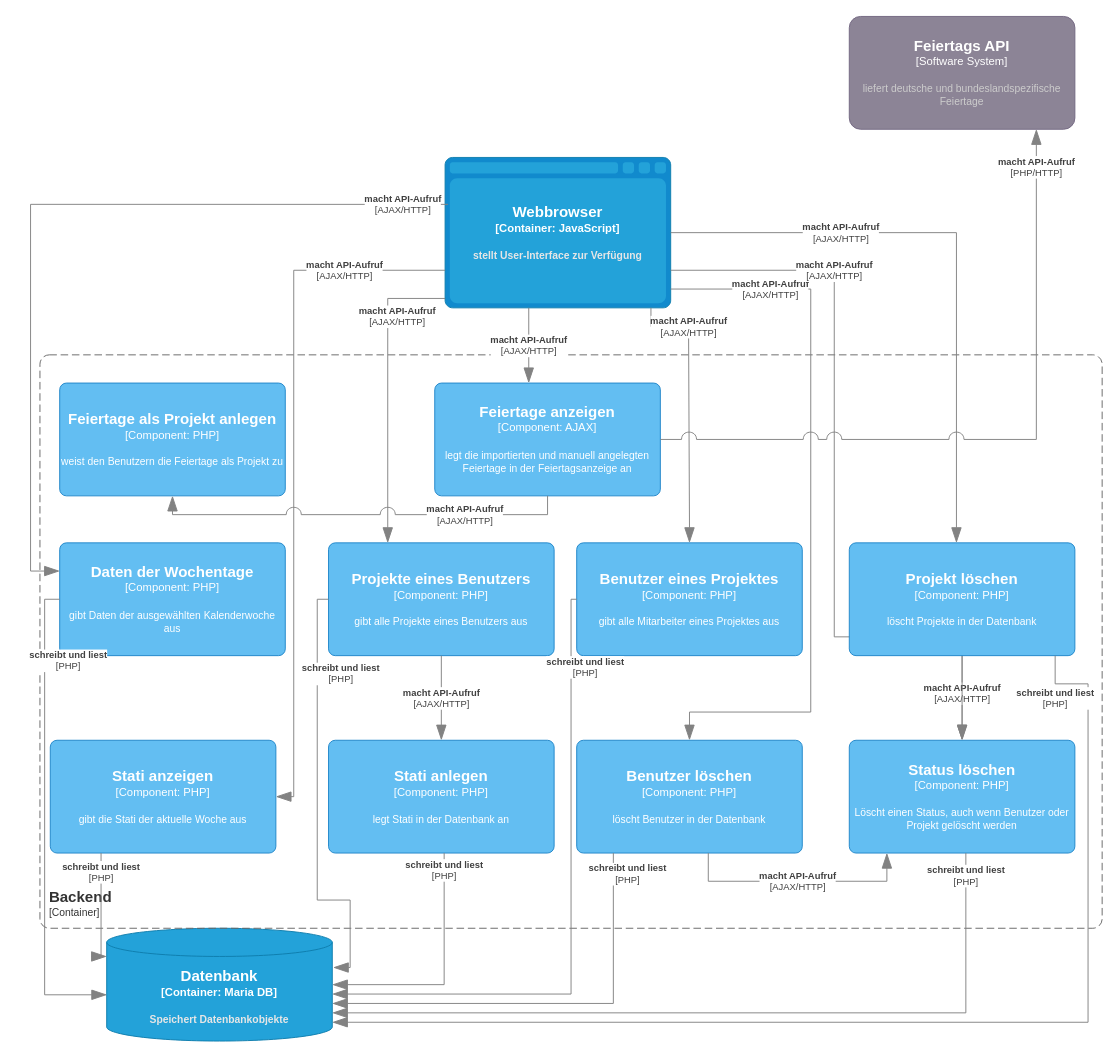
Before: docs/architecture/images/c4 3 schicht.drawio in PowerOfCreation/E1Ressourcenverwaltung, a draw.io diagram. Source tidied: cells renumbered, new cells numbered last; positions are measured from the earlier drawing's top-left corner, leaving out a move shared by most shapes. Both pictures are drawn from the tidied source at 94%, with x=0, y=0 at pixel (30, 16).
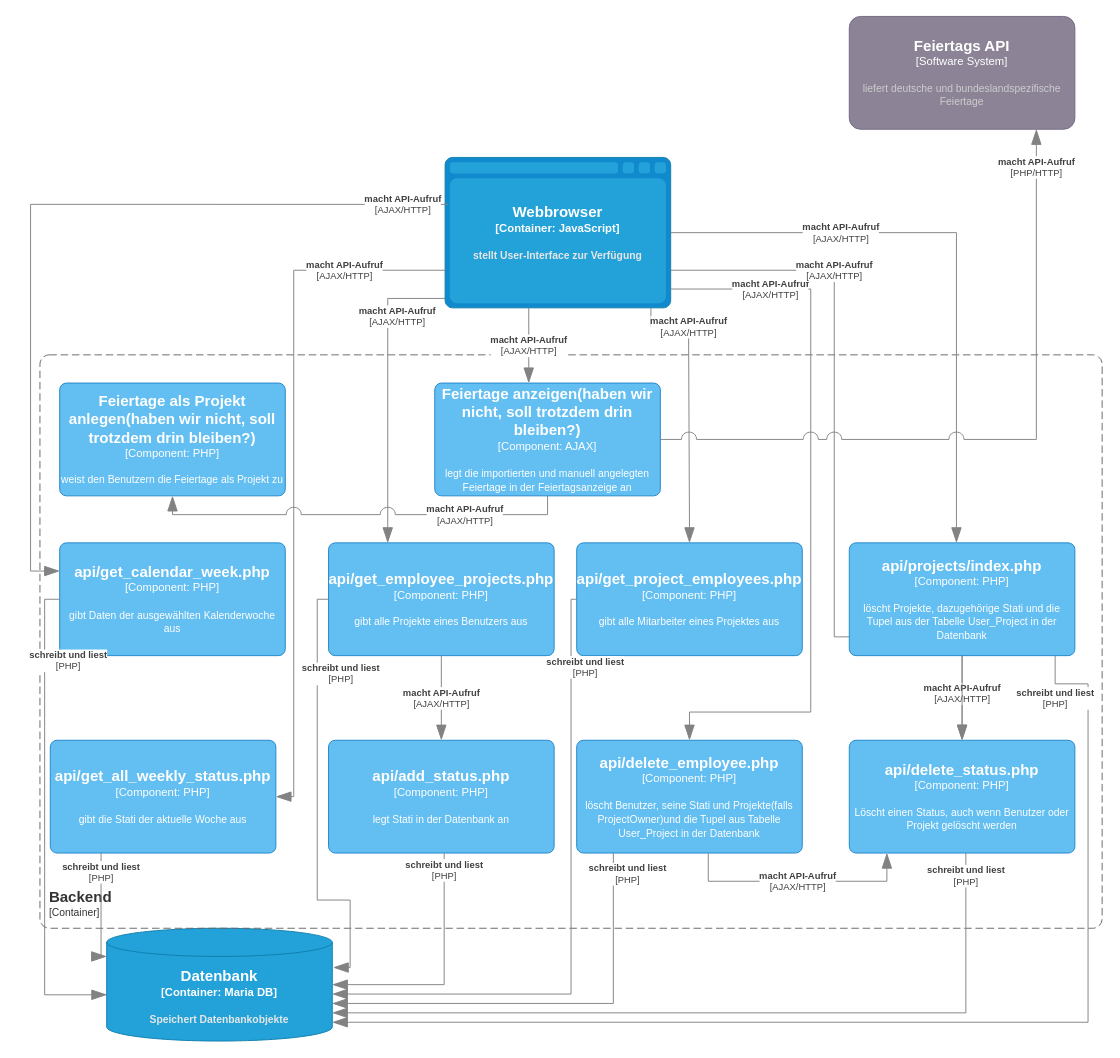
After the change.

Commit message (it also covers changes not shown here):
Anpassung c4 +  Sequenzdiagramm

The edit, as a diff of the source:
```diff
@@
-    <object id="7" label="&lt;font style=&quot;font-size: 16px&quot;&gt;&lt;b&gt;%c4Name%&lt;/b&gt;&lt;/font&gt;&lt;div&gt;[%c4Type%: %c4Technology%]&lt;/div&gt;&lt;br&gt;&lt;div&gt;&lt;font style=&quot;font-size: 11px&quot;&gt;%c4Description%&lt;/font&gt;&lt;/div&gt;" c4Description="gibt alle Projekte eines Benutzers aus" c4Name="Projekte eines Benutzers" c4Technology="PHP" c4Type="Component" placeholders="1">
+    <object id="7" label="&lt;font style=&quot;font-size: 16px&quot;&gt;&lt;b&gt;%c4Name%&lt;/b&gt;&lt;/font&gt;&lt;div&gt;[%c4Type%: %c4Technology%]&lt;/div&gt;&lt;br&gt;&lt;div&gt;&lt;font style=&quot;font-size: 11px&quot;&gt;%c4Description%&lt;/font&gt;&lt;/div&gt;" c4Description="gibt alle Projekte eines Benutzers aus" c4Name="api/get_employee_projects.php&#10;" c4Technology="PHP" c4Type="Component" placeholders="1">
       <mxCell style="rounded=1;whiteSpace=wrap;html=1;labelBackgroundColor=none;fillColor=#63BEF2;fontColor=#ffffff;align=center;arcSize=6;strokeColor=#2086C9;points=[[0.25,0,0],[0.5,0,0],[0.75,0,0],[1,0.25,0],[1,0.5,0],[1,0.75,0],[0.75,1,0],[0.5,1,0],[0.25,1,0],[0,0.75,0],[0,0.5,0],[0,0.25,0]];" parent="1" vertex="1">
         <mxGeometry x="317" y="560" width="240" height="120" as="geometry" />
       </mxCell>
     </object>
-    <object id="8" label="&lt;font style=&quot;font-size: 16px&quot;&gt;&lt;b&gt;%c4Name%&lt;/b&gt;&lt;/font&gt;&lt;div&gt;[%c4Type%: %c4Technology%]&lt;/div&gt;&lt;br&gt;&lt;div&gt;&lt;font style=&quot;font-size: 11px&quot;&gt;%c4Description%&lt;/font&gt;&lt;/div&gt;" c4Description="gibt Daten der ausgewählten Kalenderwoche aus " c4Name="Daten der Wochentage" c4Technology="PHP" c4Type="Component" placeholders="1">
+    <object id="8" label="&lt;font style=&quot;font-size: 16px&quot;&gt;&lt;b&gt;%c4Name%&lt;/b&gt;&lt;/font&gt;&lt;div&gt;[%c4Type%: %c4Technology%]&lt;/div&gt;&lt;br&gt;&lt;div&gt;&lt;font style=&quot;font-size: 11px&quot;&gt;%c4Description%&lt;/font&gt;&lt;/div&gt;" c4Description="gibt Daten der ausgewählten Kalenderwoche aus " c4Name="api/get_calendar_week.php" c4Technology="PHP" c4Type="Component" placeholders="1">
       <mxCell style="rounded=1;whiteSpace=wrap;html=1;labelBackgroundColor=none;fillColor=#63BEF2;fontColor=#ffffff;align=center;arcSize=6;strokeColor=#2086C9;points=[[0.25,0,0],[0.5,0,0],[0.75,0,0],[1,0.25,0],[1,0.5,0],[1,0.75,0],[0.75,1,0],[0.5,1,0],[0.25,1,0],[0,0.75,0],[0,0.5,0],[0,0.25,0]];" parent="1" vertex="1">
         <mxGeometry x="31" y="560" width="240" height="120" as="geometry" />
       </mxCell>
     </object>
-    <object id="9" label="&lt;font style=&quot;font-size: 16px&quot;&gt;&lt;b&gt;%c4Name%&lt;/b&gt;&lt;/font&gt;&lt;div&gt;[%c4Type%: %c4Technology%]&lt;/div&gt;&lt;br&gt;&lt;div&gt;&lt;font style=&quot;font-size: 11px&quot;&gt;%c4Description%&lt;/font&gt;&lt;/div&gt;" c4Description="gibt die Stati der aktuelle Woche aus" c4Name="Stati anzeigen" c4Technology="PHP" c4Type="Component" placeholders="1">
+    <object id="9" label="&lt;font style=&quot;font-size: 16px&quot;&gt;&lt;b&gt;%c4Name%&lt;/b&gt;&lt;/font&gt;&lt;div&gt;[%c4Type%: %c4Technology%]&lt;/div&gt;&lt;br&gt;&lt;div&gt;&lt;font style=&quot;font-size: 11px&quot;&gt;%c4Description%&lt;/font&gt;&lt;/div&gt;" c4Description="gibt die Stati der aktuelle Woche aus" c4Name="api/get_all_weekly_status.php&#10;" c4Technology="PHP" c4Type="Component" placeholders="1">
       <mxCell style="rounded=1;whiteSpace=wrap;html=1;labelBackgroundColor=none;fillColor=#63BEF2;fontColor=#ffffff;align=center;arcSize=6;strokeColor=#2086C9;points=[[0.25,0,0],[0.5,0,0],[0.75,0,0],[1,0.25,0],[1,0.5,0],[1,0.75,0],[0.75,1,0],[0.5,1,0],[0.25,1,0],[0,0.75,0],[0,0.5,0],[0,0.25,0]];" parent="1" vertex="1">
         <mxGeometry x="21" y="770" width="240" height="120" as="geometry" />
       </mxCell>
     </object>
-    <object id="10" label="&lt;font style=&quot;font-size: 16px&quot;&gt;&lt;b&gt;%c4Name%&lt;/b&gt;&lt;/font&gt;&lt;div&gt;[%c4Type%: %c4Technology%]&lt;/div&gt;&lt;br&gt;&lt;div&gt;&lt;font style=&quot;font-size: 11px&quot;&gt;%c4Description%&lt;/font&gt;&lt;/div&gt;" c4Description="legt Stati in der Datenbank an" c4Name="Stati anlegen" c4Technology="PHP" c4Type="Component" placeholders="1">
+    <object id="10" label="&lt;font style=&quot;font-size: 16px&quot;&gt;&lt;b&gt;%c4Name%&lt;/b&gt;&lt;/font&gt;&lt;div&gt;[%c4Type%: %c4Technology%]&lt;/div&gt;&lt;br&gt;&lt;div&gt;&lt;font style=&quot;font-size: 11px&quot;&gt;%c4Description%&lt;/font&gt;&lt;/div&gt;" c4Description="legt Stati in der Datenbank an" c4Name="api/add_status.php" c4Technology="PHP" c4Type="Component" placeholders="1">
       <mxCell style="rounded=1;whiteSpace=wrap;html=1;labelBackgroundColor=none;fillColor=#63BEF2;fontColor=#ffffff;align=center;arcSize=6;strokeColor=#2086C9;points=[[0.25,0,0],[0.5,0,0],[0.75,0,0],[1,0.25,0],[1,0.5,0],[1,0.75,0],[0.75,1,0],[0.5,1,0],[0.25,1,0],[0,0.75,0],[0,0.5,0],[0,0.25,0]];" parent="1" vertex="1">
         <mxGeometry x="317" y="770" width="240" height="120" as="geometry" />
       </mxCell>
     </object>
-    <object id="11" label="&lt;font style=&quot;font-size: 16px&quot;&gt;&lt;b&gt;%c4Name%&lt;/b&gt;&lt;/font&gt;&lt;div&gt;[%c4Type%: %c4Technology%]&lt;/div&gt;&lt;br&gt;&lt;div&gt;&lt;font style=&quot;font-size: 11px&quot;&gt;%c4Description%&lt;/font&gt;&lt;/div&gt;" c4Description="löscht Benutzer in der Datenbank" c4Name="Benutzer löschen" c4Technology="PHP" c4Type="Component" placeholders="1">
+    <object id="11" label="&lt;font style=&quot;font-size: 16px&quot;&gt;&lt;b&gt;%c4Name%&lt;/b&gt;&lt;/font&gt;&lt;div&gt;[%c4Type%: %c4Technology%]&lt;/div&gt;&lt;br&gt;&lt;div&gt;&lt;font style=&quot;font-size: 11px&quot;&gt;%c4Description%&lt;/font&gt;&lt;/div&gt;" c4Description="löscht Benutzer, seine Stati und  Projekte(falls ProjectOwner)und die Tupel aus Tabelle User_Project in der Datenbank&#10;" c4Name="api/delete_employee.php" c4Technology="PHP" c4Type="Component" placeholders="1">
       <mxCell style="rounded=1;whiteSpace=wrap;html=1;labelBackgroundColor=none;fillColor=#63BEF2;fontColor=#ffffff;align=center;arcSize=6;strokeColor=#2086C9;points=[[0.25,0,0],[0.5,0,0],[0.75,0,0],[1,0.25,0],[1,0.5,0],[1,0.75,0],[0.75,1,0],[0.5,1,0],[0.25,1,0],[0,0.75,0],[0,0.5,0],[0,0.25,0]];" parent="1" vertex="1">
         <mxGeometry x="581" y="770" width="240" height="120" as="geometry" />
       </mxCell>
     </object>
-    <object id="12" label="&lt;font style=&quot;font-size: 16px&quot;&gt;&lt;b&gt;%c4Name%&lt;/b&gt;&lt;/font&gt;&lt;div&gt;[%c4Type%: %c4Technology%]&lt;/div&gt;&lt;br&gt;&lt;div&gt;&lt;font style=&quot;font-size: 11px&quot;&gt;%c4Description%&lt;/font&gt;&lt;/div&gt;" c4Description="gibt alle Mitarbeiter eines Projektes aus" c4Name="Benutzer eines Projektes" c4Technology="PHP" c4Type="Component" placeholders="1">
+    <object id="12" label="&lt;font style=&quot;font-size: 16px&quot;&gt;&lt;b&gt;%c4Name%&lt;/b&gt;&lt;/font&gt;&lt;div&gt;[%c4Type%: %c4Technology%]&lt;/div&gt;&lt;br&gt;&lt;div&gt;&lt;font style=&quot;font-size: 11px&quot;&gt;%c4Description%&lt;/font&gt;&lt;/div&gt;" c4Description="gibt alle Mitarbeiter eines Projektes aus" c4Name="api/get_project_employees.php&#10;" c4Technology="PHP" c4Type="Component" placeholders="1">
       <mxCell style="rounded=1;whiteSpace=wrap;html=1;labelBackgroundColor=none;fillColor=#63BEF2;fontColor=#ffffff;align=center;arcSize=6;strokeColor=#2086C9;points=[[0.25,0,0],[0.5,0,0],[0.75,0,0],[1,0.25,0],[1,0.5,0],[1,0.75,0],[0.75,1,0],[0.5,1,0],[0.25,1,0],[0,0.75,0],[0,0.5,0],[0,0.25,0]];" parent="1" vertex="1">
         <mxGeometry x="581" y="560" width="240" height="120" as="geometry" />
       </mxCell>
     </object>
@@
-    <object id="15" label="&lt;font style=&quot;font-size: 16px&quot;&gt;&lt;b&gt;%c4Name%&lt;/b&gt;&lt;/font&gt;&lt;div&gt;[%c4Type%: %c4Technology%]&lt;/div&gt;&lt;br&gt;&lt;div&gt;&lt;font style=&quot;font-size: 11px&quot;&gt;%c4Description%&lt;/font&gt;&lt;/div&gt;" c4Description="Löscht einen Status, auch wenn Benutzer oder Projekt gelöscht werden" c4Name="Status löschen" c4Technology="PHP" c4Type="Component" placeholders="1">
+    <object id="15" label="&lt;font style=&quot;font-size: 16px&quot;&gt;&lt;b&gt;%c4Name%&lt;/b&gt;&lt;/font&gt;&lt;div&gt;[%c4Type%: %c4Technology%]&lt;/div&gt;&lt;br&gt;&lt;div&gt;&lt;font style=&quot;font-size: 11px&quot;&gt;%c4Description%&lt;/font&gt;&lt;/div&gt;" c4Description="Löscht einen Status, auch wenn Benutzer oder Projekt gelöscht werden" c4Name="api/delete_status.php" c4Technology="PHP" c4Type="Component" placeholders="1">
       <mxCell style="rounded=1;whiteSpace=wrap;html=1;labelBackgroundColor=none;fillColor=#63BEF2;fontColor=#ffffff;align=center;arcSize=6;strokeColor=#2086C9;points=[[0.25,0,0],[0.5,0,0],[0.75,0,0],[1,0.25,0],[1,0.5,0],[1,0.75,0],[0.75,1,0],[0.5,1,0],[0.25,1,0],[0,0.75,0],[0,0.5,0],[0,0.25,0]];" parent="1" vertex="1">
         <mxGeometry x="871" y="770" width="240" height="120" as="geometry" />
       </mxCell>
     </object>
@@
-    <object id="22" label="&lt;font style=&quot;font-size: 16px&quot;&gt;&lt;b&gt;%c4Name%&lt;/b&gt;&lt;/font&gt;&lt;div&gt;[%c4Type%: %c4Technology%]&lt;/div&gt;&lt;br&gt;&lt;div&gt;&lt;font style=&quot;font-size: 11px&quot;&gt;%c4Description%&lt;/font&gt;&lt;/div&gt;" c4Description="löscht Projekte in der Datenbank" c4Name="Projekt löschen" c4Technology="PHP" c4Type="Component" placeholders="1">
+    <object id="22" label="&lt;font style=&quot;font-size: 16px&quot;&gt;&lt;b&gt;%c4Name%&lt;/b&gt;&lt;/font&gt;&lt;div&gt;[%c4Type%: %c4Technology%]&lt;/div&gt;&lt;br&gt;&lt;div&gt;&lt;font style=&quot;font-size: 11px&quot;&gt;%c4Description%&lt;/font&gt;&lt;/div&gt;" c4Description="löscht Projekte, dazugehörige Stati und die Tupel aus der Tabelle User_Project in der Datenbank" c4Name="api/projects/index.php" c4Technology="PHP" c4Type="Component" placeholders="1">
       <mxCell style="rounded=1;whiteSpace=wrap;html=1;labelBackgroundColor=none;fillColor=#63BEF2;fontColor=#ffffff;align=center;arcSize=6;strokeColor=#2086C9;points=[[0.25,0,0],[0.5,0,0],[0.75,0,0],[1,0.25,0],[1,0.5,0],[1,0.75,0],[0.75,1,0],[0.5,1,0],[0.25,1,0],[0,0.75,0],[0,0.5,0],[0,0.25,0]];" parent="1" vertex="1">
         <mxGeometry x="871" y="560" width="240" height="120" as="geometry" />
       </mxCell>
     </object>
@@
-    <object id="32" label="&lt;font style=&quot;font-size: 16px&quot;&gt;&lt;b&gt;%c4Name%&lt;/b&gt;&lt;/font&gt;&lt;div&gt;[%c4Type%: %c4Technology%]&lt;/div&gt;&lt;br&gt;&lt;div&gt;&lt;font style=&quot;font-size: 11px&quot;&gt;%c4Description%&lt;/font&gt;&lt;/div&gt;" c4Description="weist den Benutzern die Feiertage als Projekt zu" c4Name="Feiertage als Projekt anlegen" c4Technology="PHP" c4Type="Component" placeholders="1">
+    <object id="32" label="&lt;font style=&quot;font-size: 16px&quot;&gt;&lt;b&gt;%c4Name%&lt;/b&gt;&lt;/font&gt;&lt;div&gt;[%c4Type%: %c4Technology%]&lt;/div&gt;&lt;br&gt;&lt;div&gt;&lt;font style=&quot;font-size: 11px&quot;&gt;%c4Description%&lt;/font&gt;&lt;/div&gt;" c4Description="weist den Benutzern die Feiertage als Projekt zu" c4Name="Feiertage als Projekt anlegen(haben wir nicht, soll trotzdem drin bleiben?)&#10;" c4Technology="PHP" c4Type="Component" placeholders="1">
       <mxCell style="rounded=1;whiteSpace=wrap;html=1;labelBackgroundColor=none;fillColor=#63BEF2;fontColor=#ffffff;align=center;arcSize=6;strokeColor=#2086C9;points=[[0.25,0,0],[0.5,0,0],[0.75,0,0],[1,0.25,0],[1,0.5,0],[1,0.75,0],[0.75,1,0],[0.5,1,0],[0.25,1,0],[0,0.75,0],[0,0.5,0],[0,0.25,0]];" parent="1" vertex="1">
         <mxGeometry x="31" y="390" width="240" height="120" as="geometry" />
       </mxCell>
     </object>
-    <object id="33" label="&lt;font style=&quot;font-size: 16px&quot;&gt;&lt;b&gt;%c4Name%&lt;/b&gt;&lt;/font&gt;&lt;div&gt;[%c4Type%: %c4Technology%]&lt;/div&gt;&lt;br&gt;&lt;div&gt;&lt;font style=&quot;font-size: 11px&quot;&gt;%c4Description%&lt;/font&gt;&lt;/div&gt;" c4Description="legt die importierten und manuell angelegten Feiertage in der Feiertagsanzeige an" c4Name="Feiertage anzeigen" c4Technology="AJAX" c4Type="Component" placeholders="1">
+    <object id="33" label="&lt;font style=&quot;font-size: 16px&quot;&gt;&lt;b&gt;%c4Name%&lt;/b&gt;&lt;/font&gt;&lt;div&gt;[%c4Type%: %c4Technology%]&lt;/div&gt;&lt;br&gt;&lt;div&gt;&lt;font style=&quot;font-size: 11px&quot;&gt;%c4Description%&lt;/font&gt;&lt;/div&gt;" c4Description="legt die importierten und manuell angelegten Feiertage in der Feiertagsanzeige an" c4Name="Feiertage anzeigen(haben wir nicht, soll trotzdem drin bleiben?)&#10;" c4Technology="AJAX" c4Type="Component" placeholders="1">
       <mxCell style="rounded=1;whiteSpace=wrap;html=1;labelBackgroundColor=none;fillColor=#63BEF2;fontColor=#ffffff;align=center;arcSize=6;strokeColor=#2086C9;points=[[0.25,0,0],[0.5,0,0],[0.75,0,0],[1,0.25,0],[1,0.5,0],[1,0.75,0],[0.75,1,0],[0.5,1,0],[0.25,1,0],[0,0.75,0],[0,0.5,0],[0,0.25,0]];" parent="1" vertex="1">
         <mxGeometry x="430" y="390" width="240" height="120" as="geometry" />
       </mxCell>
     </object>
```
